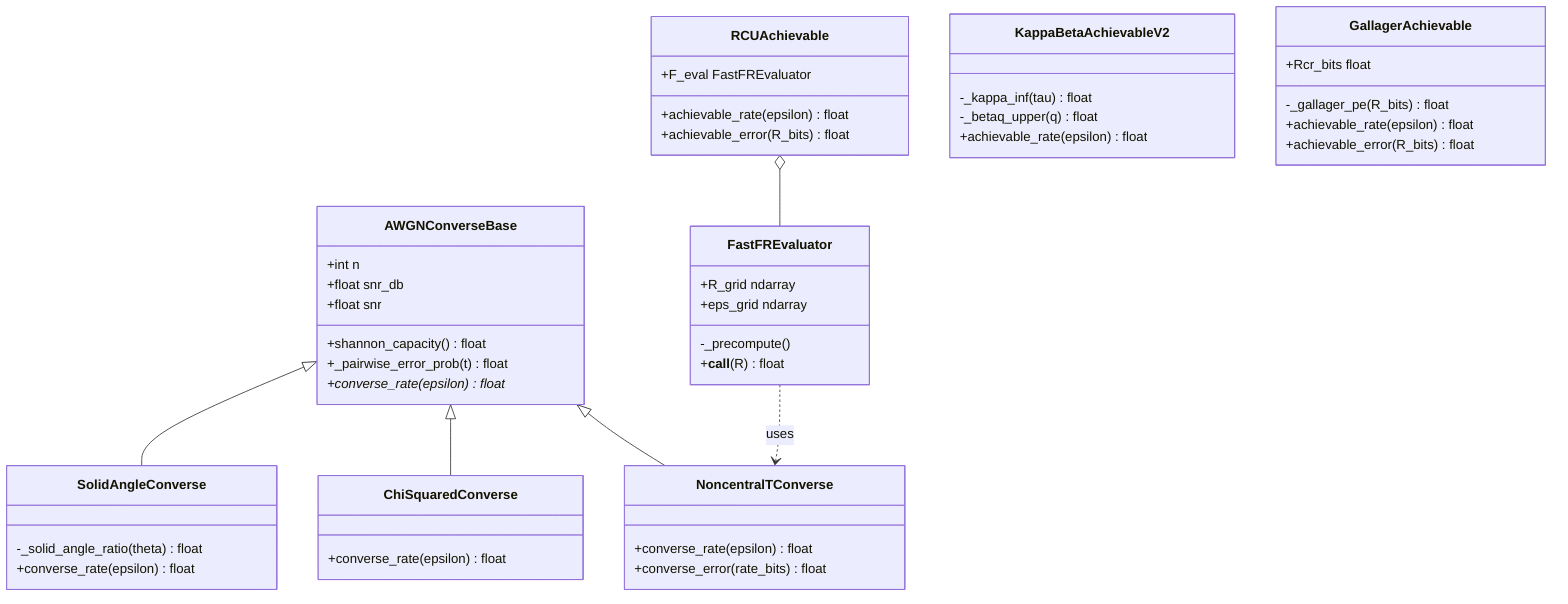
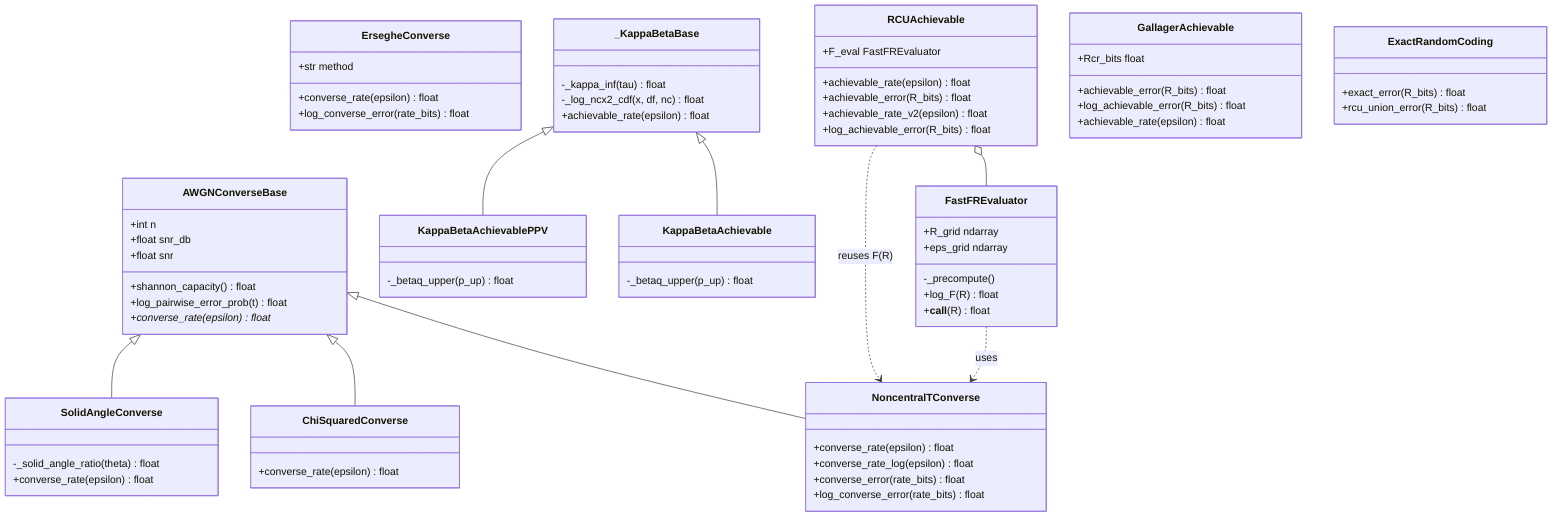
classDiagram
    class AWGNConverseBase {
        +int n
        +float snr_db
        +float snr
        +shannon_capacity() float
-         +_pairwise_error_prob(t) float
+         +log_pairwise_error_prob(t) float
        +converse_rate(epsilon)* float
    }

    class NoncentralTConverse {
        +converse_rate(epsilon) float
+         +converse_rate_log(epsilon) float
        +converse_error(rate_bits) float
+         +log_converse_error(rate_bits) float
    }

    class ChiSquaredConverse {
        +converse_rate(epsilon) float
    }

    class SolidAngleConverse {
        -_solid_angle_ratio(theta) float
        +converse_rate(epsilon) float
    }

+     class ErsegheConverse {
+         +str method
+         +converse_rate(epsilon) float
+         +log_converse_error(rate_bits) float
+     }
+ 
    class RCUAchievable {
        +F_eval FastFREvaluator
        +achievable_rate(epsilon) float
        +achievable_error(R_bits) float
+         +achievable_rate_v2(epsilon) float
+         +log_achievable_error(R_bits) float
    }

-     class KappaBetaAchievableV2 {
+     class _KappaBetaBase {
        -_kappa_inf(tau) float
-         -_betaq_upper(q) float
+         -_log_ncx2_cdf(x, df, nc) float
        +achievable_rate(epsilon) float
+     }
+     class KappaBetaAchievable {
+         -_betaq_upper(p_up) float
+     }
+     class KappaBetaAchievablePPV {
+         -_betaq_upper(p_up) float
    }

    class GallagerAchievable {
        +Rcr_bits float
-         -_gallager_pe(R_bits) float
+         +achievable_error(R_bits) float
+         +log_achievable_error(R_bits) float
        +achievable_rate(epsilon) float
-         +achievable_error(R_bits) float
+     }
+ 
+     class ExactRandomCoding {
+         +exact_error(R_bits) float
+         +rcu_union_error(R_bits) float
    }

    class FastFREvaluator {
        +R_grid ndarray
        +eps_grid ndarray
        -_precompute()
+         +log_F(R) float
        +__call__(R) float
    }

    AWGNConverseBase <|-- NoncentralTConverse
    AWGNConverseBase <|-- ChiSquaredConverse
    AWGNConverseBase <|-- SolidAngleConverse
+     _KappaBetaBase <|-- KappaBetaAchievable
+     _KappaBetaBase <|-- KappaBetaAchievablePPV
    RCUAchievable o-- FastFREvaluator
    FastFREvaluator ..> NoncentralTConverse : uses
+     RCUAchievable ..> NoncentralTConverse : reuses F(R)
